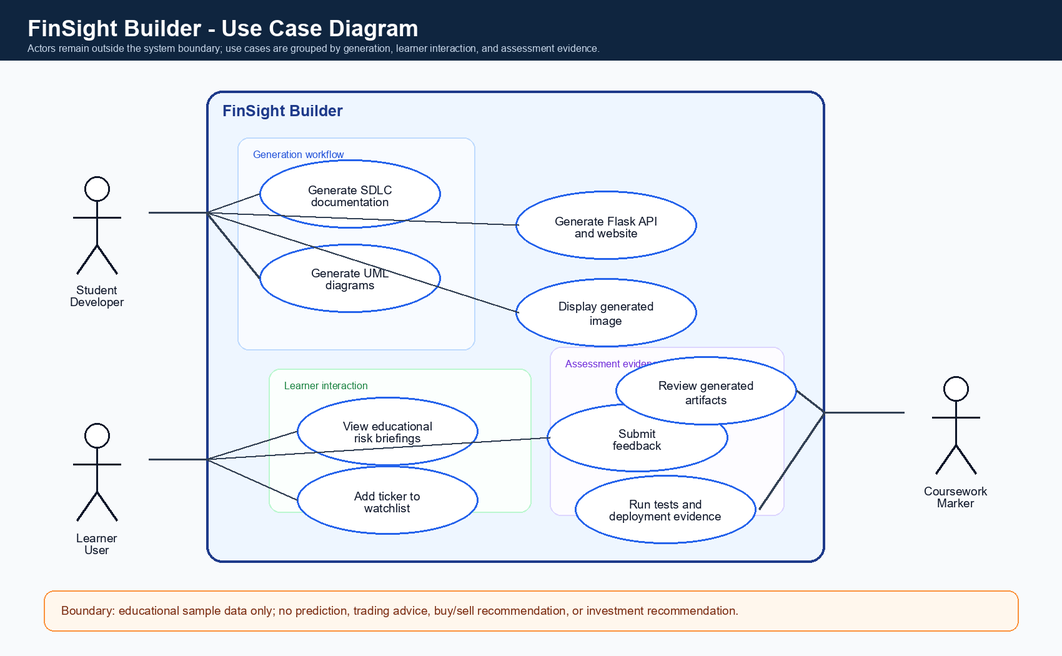
Before: Task1/artifacts/diagrams/use_case_diagram.png, a diagram exported from PlantUML (AI-XJTLU/FinSight-Builder). Its source is kept beside it as Task1/artifacts/diagrams/use_case_diagram.puml.
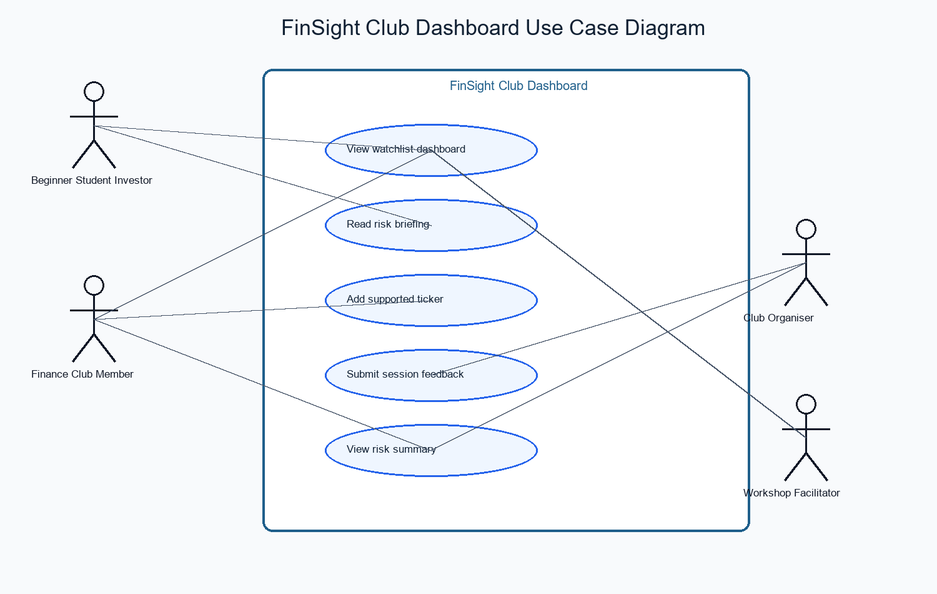
The same diagram one commit later.

The edit, as a diff of the source:
```diff
@@ -1,45 +1,24 @@
 @startuml
 left to right direction
-skinparam linetype ortho
-skinparam packageStyle rectangle
-skinparam actorStyle awesome
-title FinSight Builder Use Case Diagram
-actor "Student Developer" as Developer
-actor "Learner User" as Learner
-actor "Coursework Marker" as Marker
-rectangle "FinSight Builder" {
-  package "Generation workflow" {
-    usecase "Generate SDLC
-documentation" as UC1
-    usecase "Generate UML
-diagrams" as UC2
-    usecase "Generate Flask API
-and website" as UC3
-    usecase "Display generated
-image" as UC4
-  }
-  package "Learner interaction" {
-    usecase "View educational
-risk briefings" as UC5
-    usecase "Add ticker to
-watchlist" as UC6
-    usecase "Submit
-feedback" as UC7
-  }
-  package "Assessment evidence" {
-    usecase "Run tests and
-deployment evidence" as UC8
-    usecase "Review generated
-artifacts" as UC9
-  }
+title FinSight Club Dashboard Use Case Diagram
+actor "Beginner Student Investor" as Beginner
+actor "Finance Club Member" as Member
+actor "Club Organiser" as Organiser
+actor "Finance Workshop Facilitator" as Facilitator
+rectangle "FinSight Club Dashboard" {
+  usecase "View watchlist dashboard" as UC1
+  usecase "Read risk briefing" as UC2
+  usecase "Add supported ticker" as UC3
+  usecase "Submit session feedback" as UC4
+  usecase "View risk summary" as UC5
 }
-Developer --> UC1
-Developer --> UC2
-Developer --> UC3
-Developer --> UC4
-Learner --> UC5
-Learner --> UC6
-Learner --> UC7
-Marker --> UC8
-Marker --> UC9
+Beginner -- UC1
+Beginner -- UC2
+Member -- UC1
+Member -- UC2
+Member -- UC3
+Member -- UC5
+Organiser -- UC4
+Organiser -- UC5
+Facilitator -- UC1
 @enduml
```
